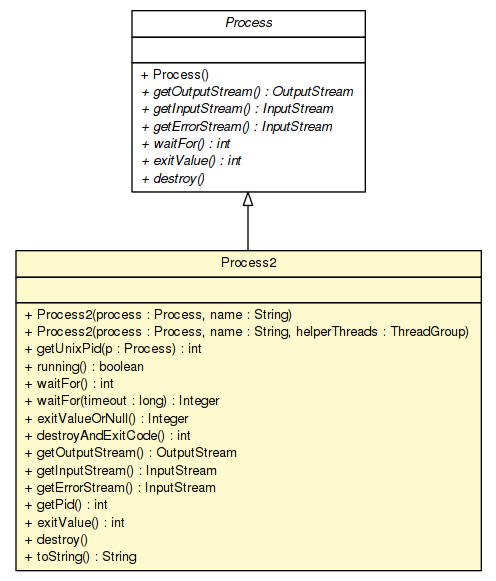
sorcersoft/sorcersoft.github.io keeps this Graphviz diagram as apidocs/sorcer/util/Process2.png. Above is the earlier version. Its source is kept beside it as apidocs/sorcer/util/Process2.dot.
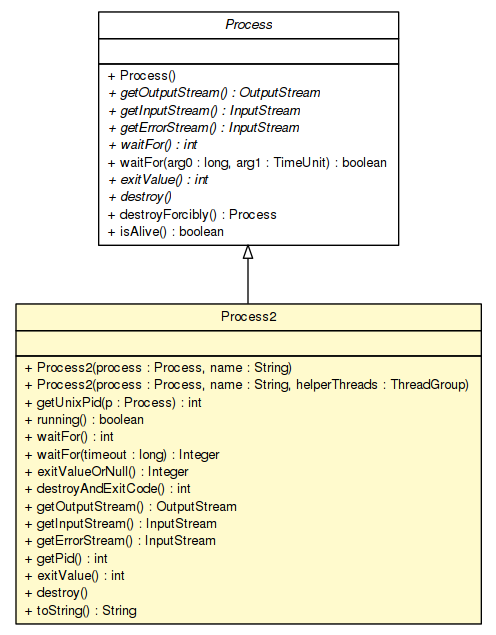
After the change.

Change to the diagram source:
```diff
@@ -4,7 +4,7 @@
 	node [fontname="Helvetica",fontsize=10,shape=plaintext];
 	nodesep=0.25;
 	ranksep=0.5;
-	c390436 [label=<<table title="sorcer.util.Process2" border="0" cellborder="1" cellspacing="0" cellpadding="2" port="p" bgcolor="lemonChiffon" href="./Process2.html">
+	c419780 [label=<<table title="sorcer.util.Process2" border="0" cellborder="1" cellspacing="0" cellpadding="2" port="p" bgcolor="lemonChiffon" href="./Process2.html">
 		<tr><td><table border="0" cellspacing="0" cellpadding="1">
 <tr><td align="center" balign="center"> Process2 </td></tr>
 		</table></td></tr>
@@ -29,8 +29,8 @@
 <tr><td align="left" balign="left"> + toString() : String </td></tr>
 		</table></td></tr>
 		</table>>, URL="./Process2.html", fontname="Helvetica", fontcolor="black", fontsize=10.0];
-	c391090:p -> c390436:p [dir=back,arrowtail=empty];
-	c391090 [label=<<table title="java.lang.Process" border="0" cellborder="1" cellspacing="0" cellpadding="2" port="p" href="http://docs.oracle.com/javase/7/docs/api/java/lang/Process.html">
+	c420496:p -> c419780:p [dir=back,arrowtail=empty];
+	c420496 [label=<<table title="java.lang.Process" border="0" cellborder="1" cellspacing="0" cellpadding="2" port="p" href="http://docs.oracle.com/javase/7/docs/api/java/lang/Process.html">
 		<tr><td><table border="0" cellspacing="0" cellpadding="1">
 <tr><td align="center" balign="center"><font face="Helvetica-Oblique"> Process </font></td></tr>
 		</table></td></tr>
@@ -43,8 +43,11 @@
 <tr><td align="left" balign="left"><font face="Helvetica-Oblique" point-size="10.0"> + getInputStream() : InputStream </font></td></tr>
 <tr><td align="left" balign="left"><font face="Helvetica-Oblique" point-size="10.0"> + getErrorStream() : InputStream </font></td></tr>
 <tr><td align="left" balign="left"><font face="Helvetica-Oblique" point-size="10.0"> + waitFor() : int </font></td></tr>
+<tr><td align="left" balign="left"> + waitFor(arg0 : long, arg1 : TimeUnit) : boolean </td></tr>
 <tr><td align="left" balign="left"><font face="Helvetica-Oblique" point-size="10.0"> + exitValue() : int </font></td></tr>
 <tr><td align="left" balign="left"><font face="Helvetica-Oblique" point-size="10.0"> + destroy() </font></td></tr>
+<tr><td align="left" balign="left"> + destroyForcibly() : Process </td></tr>
+<tr><td align="left" balign="left"> + isAlive() : boolean </td></tr>
 		</table></td></tr>
 		</table>>, URL="http://docs.oracle.com/javase/7/docs/api/java/lang/Process.html", fontname="Helvetica", fontcolor="black", fontsize=10.0];
 }
```
